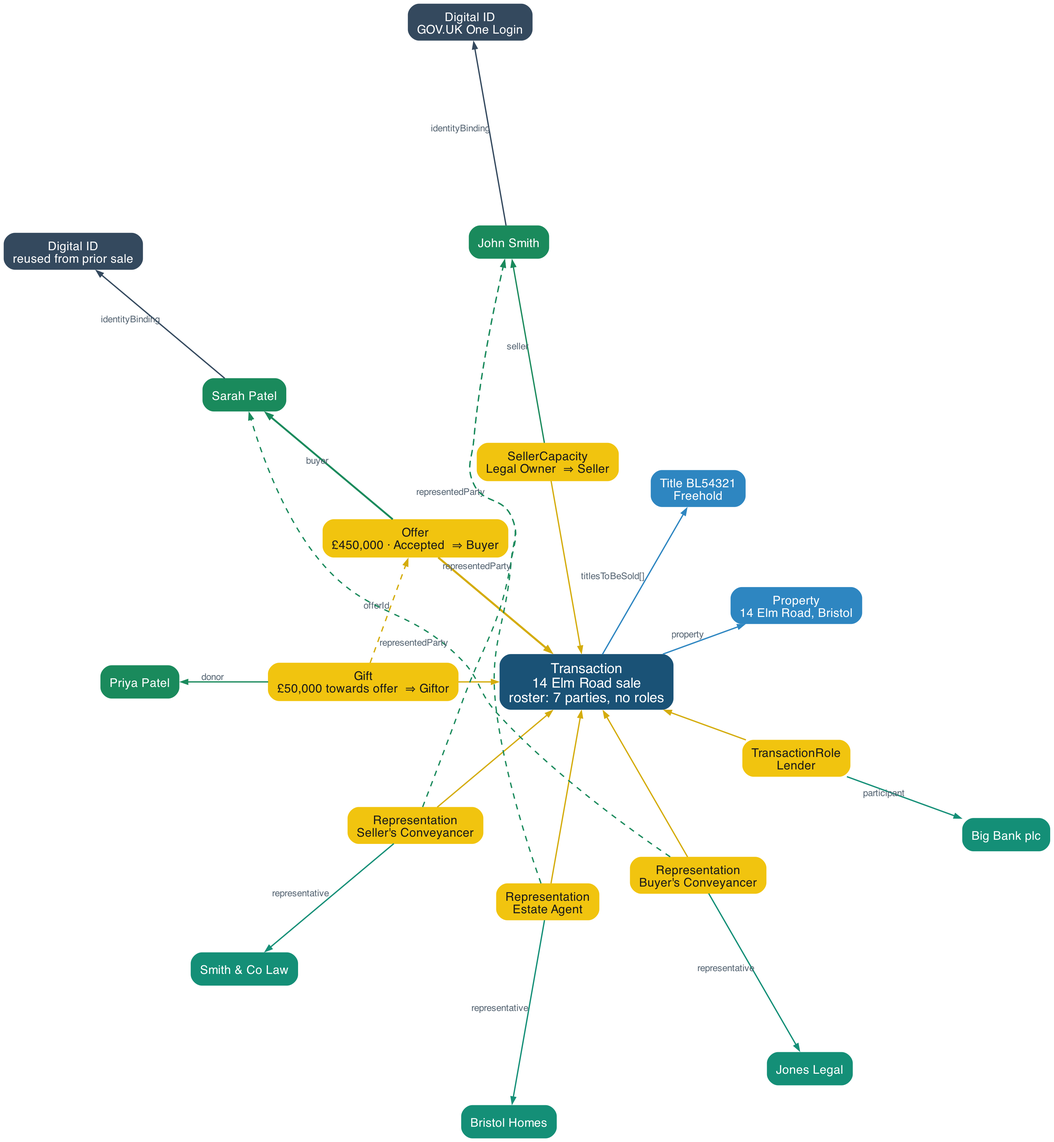
This is public/diagrams/entity-graph-example-intents.png from property-data-standards-co/web, a Graphviz export, as it was before one commit. Its source is kept beside it as public/diagrams/entity-graph-example-intents.dot. Its diagram source:
```dot

digraph pdtf {
  layout   = twopi;
  root     = transaction;
  ranksep  = "1.9 equally";
  overlap  = false;
  splines  = true;
  bgcolor  = "white";
  fontname = "Helvetica";

  node [shape=box, style="rounded,filled", fontname="Helvetica",
        fontsize=13, margin="0.14,0.09", penwidth=0];
  edge [fontname="Helvetica", fontsize=10, color="#95a5a6",
        fontcolor="#566573", arrowsize=0.7, penwidth=1.4];

  transaction [label="Transaction\n14 Elm Road sale\nroster: 7 parties, no roles", fillcolor="#1a5276", fontcolor="white", fontsize=15];

  property [label="Property\n14 Elm Road, Bristol", fillcolor="#2e86c1", fontcolor="white"];
  title    [label="Title BL54321\nFreehold",        fillcolor="#2e86c1", fontcolor="white"];

  capacity  [label="SellerCapacity\nLegal Owner  ⇒ Seller",      fillcolor="#f1c40f", fontcolor="#1a1a1a"];
  offer     [label="Offer\n£450,000 · Accepted  ⇒ Buyer",       fillcolor="#f1c40f", fontcolor="#1a1a1a"];
  gift      [label="Gift\n£50,000 towards offer  ⇒ Giftor",     fillcolor="#f1c40f", fontcolor="#1a1a1a"];
  repSeller [label="Representation\nSeller's Conveyancer",      fillcolor="#f1c40f", fontcolor="#1a1a1a"];
  repAgent  [label="Representation\nEstate Agent",              fillcolor="#f1c40f", fontcolor="#1a1a1a"];
  repBuyer  [label="Representation\nBuyer's Conveyancer",       fillcolor="#f1c40f", fontcolor="#1a1a1a"];
  roleLender [label="TransactionRole\nLender",                  fillcolor="#f1c40f", fontcolor="#1a1a1a"];

  john         [label="John Smith",                       fillcolor="#1a8a5c", fontcolor="white"];
  sarah        [label="Sarah Patel",                      fillcolor="#1a8a5c", fontcolor="white"];
  priya        [label="Priya Patel",                      fillcolor="#1a8a5c", fontcolor="white"];
  smithco      [label="Smith & Co Law",                   fillcolor="#148f77", fontcolor="white"];
  bristolhomes [label="Bristol Homes",                    fillcolor="#148f77", fontcolor="white"];
  joneslegal   [label="Jones Legal",                      fillcolor="#148f77", fontcolor="white"];
  bigbank      [label="Big Bank plc",                     fillcolor="#148f77", fontcolor="white"];

  johnId  [label="Digital ID\nGOV.UK One Login",       fillcolor="#34495e", fontcolor="white"];
  sarahId [label="Digital ID\nreused from prior sale", fillcolor="#34495e", fontcolor="white"];

  transaction -> property  [label="property",        color="#2e86c1"];
  transaction -> title     [label="titlesToBeSold[]", color="#2e86c1"];

  transaction -> capacity   [color="#d4ac0d", dir=back];
  transaction -> offer      [color="#d4ac0d", dir=back, penwidth=2.2];
  transaction -> gift       [color="#d4ac0d", dir=back];
  transaction -> repSeller  [color="#d4ac0d", dir=back];
  transaction -> repAgent   [color="#d4ac0d", dir=back];
  transaction -> repBuyer   [color="#d4ac0d", dir=back];
  transaction -> roleLender [color="#d4ac0d", dir=back];

  capacity  -> john         [label="seller",            color="#1a8a5c"];
  offer     -> sarah        [label="buyer",             color="#1a8a5c", penwidth=2];
  gift      -> priya        [label="donor",             color="#1a8a5c"];
  gift      -> offer        [label="offerId",           color="#d4ac0d", constraint=false, style=dashed];
  repSeller -> smithco      [label="representative",    color="#148f77"];
  repSeller -> john         [label="representedParty",  color="#1a8a5c", constraint=false, style=dashed];
  repAgent  -> bristolhomes [label="representative",    color="#148f77"];
  repAgent  -> john         [label="representedParty",  color="#1a8a5c", constraint=false, style=dashed];
  repBuyer  -> joneslegal   [label="representative",    color="#148f77"];
  repBuyer  -> sarah        [label="representedParty",  color="#1a8a5c", constraint=false, style=dashed];
  roleLender -> bigbank     [label="participant",       color="#148f77"];

  john  -> johnId  [label="identityBinding", color="#34495e"];
  sarah -> sarahId [label="identityBinding", color="#34495e"];
}
```
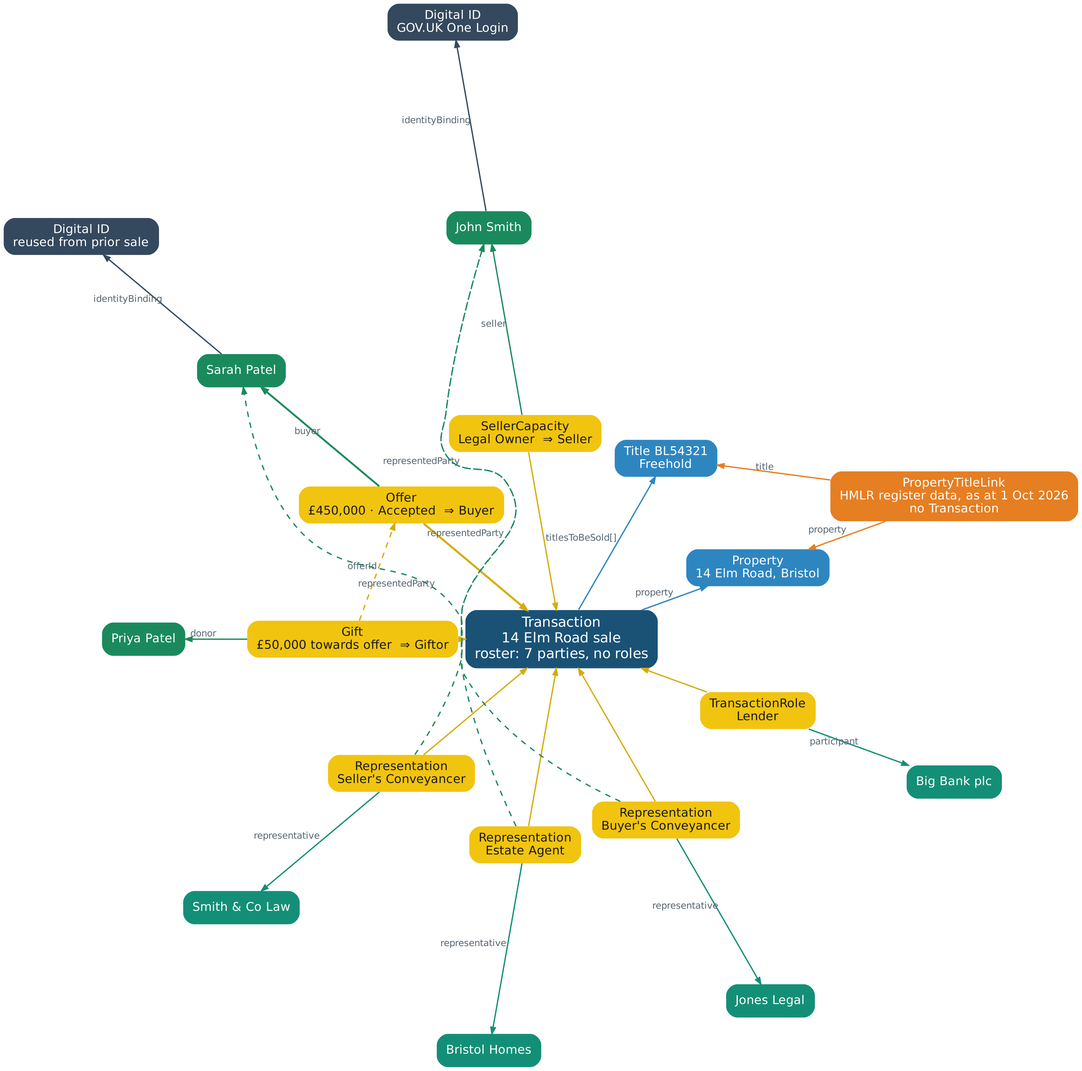
Above is the later version.

Commit message:
Sync spec copies from spec PR 2 (D34 Property–Title link)

What changed in the source:
```diff
@@ -17,6 +17,8 @@
 
   property [label="Property\n14 Elm Road, Bristol", fillcolor="#2e86c1", fontcolor="white"];
   title    [label="Title BL54321\nFreehold",        fillcolor="#2e86c1", fontcolor="white"];
+
+  link [label="PropertyTitleLink\nHMLR register data, as at 1 Oct 2026\nno Transaction", fillcolor="#e67e22", fontcolor="white"];
 
   capacity  [label="SellerCapacity\nLegal Owner  ⇒ Seller",      fillcolor="#f1c40f", fontcolor="#1a1a1a"];
   offer     [label="Offer\n£450,000 · Accepted  ⇒ Buyer",       fillcolor="#f1c40f", fontcolor="#1a1a1a"];
@@ -39,6 +41,9 @@
 
   transaction -> property  [label="property",        color="#2e86c1"];
   transaction -> title     [label="titlesToBeSold[]", color="#2e86c1"];
+
+  link -> property [label="property", color="#e67e22"];
+  link -> title    [label="title",    color="#e67e22"];
 
   transaction -> capacity   [color="#d4ac0d", dir=back];
   transaction -> offer      [color="#d4ac0d", dir=back, penwidth=2.2];
```
